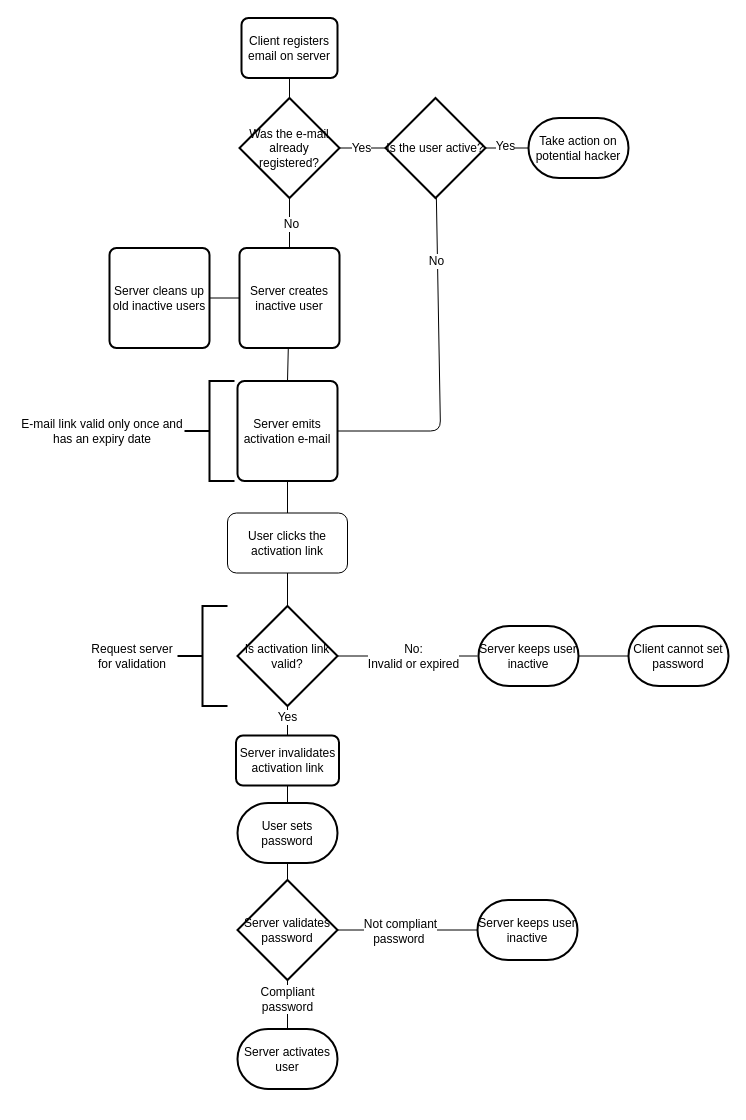
Before: features/Authentication/img/UserRegistration.drawio in shopozor/saleor-backend, a draw.io diagram. Source tidied: cells renumbered, new cells numbered last; positions are measured from the earlier drawing's top-left corner, leaving out a move shared by most shapes. Both pictures are drawn from the tidied source at 100%, with x=0, y=0 at pixel (17, 17).
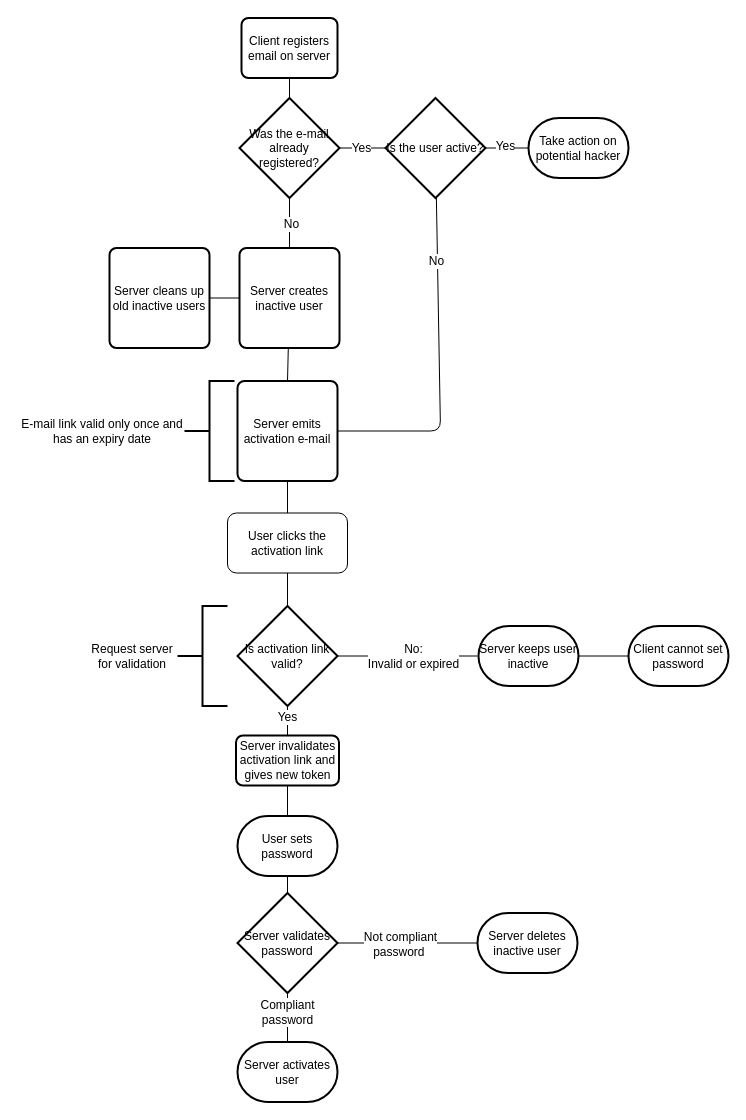
Above is the later version.

Commit message:
update with team's feedback

The edit, as a diff of the source:
```diff
@@
     <mxCell id="10" value="User sets password" style="strokeWidth=2;html=1;shape=mxgraph.flowchart.terminator;whiteSpace=wrap;" parent="1" vertex="1">
-      <mxGeometry x="220" y="785.5" width="100" height="60" as="geometry" />
+      <mxGeometry x="220" y="798.5" width="100" height="60" as="geometry" />
     </mxCell>
@@
     <mxCell id="15" value="Server validates password" style="strokeWidth=2;html=1;shape=mxgraph.flowchart.decision;whiteSpace=wrap;" parent="1" vertex="1">
-      <mxGeometry x="220" y="862.5" width="100" height="100" as="geometry" />
+      <mxGeometry x="220" y="875.5" width="100" height="100" as="geometry" />
     </mxCell>
-    <mxCell id="16" value="Server keeps user inactive" style="strokeWidth=2;html=1;shape=mxgraph.flowchart.terminator;whiteSpace=wrap;" parent="1" vertex="1">
-      <mxGeometry x="460" y="882.5" width="100" height="60" as="geometry" />
+    <mxCell id="16" value="Server deletes inactive user" style="strokeWidth=2;html=1;shape=mxgraph.flowchart.terminator;whiteSpace=wrap;" parent="1" vertex="1">
+      <mxGeometry x="460" y="895.5" width="100" height="60" as="geometry" />
     </mxCell>
     <mxCell id="17" value="Server activates user" style="strokeWidth=2;html=1;shape=mxgraph.flowchart.terminator;whiteSpace=wrap;" parent="1" vertex="1">
-      <mxGeometry x="220" y="1011.5" width="100" height="60" as="geometry" />
+      <mxGeometry x="220" y="1024.5" width="100" height="60" as="geometry" />
     </mxCell>
@@
-    <mxCell id="44" value="Server invalidates activation link" style="rounded=1;whiteSpace=wrap;html=1;absoluteArcSize=1;arcSize=14;strokeWidth=2;" parent="1" vertex="1">
+    <mxCell id="44" value="Server invalidates activation link and gives new token" style="rounded=1;whiteSpace=wrap;html=1;absoluteArcSize=1;arcSize=14;strokeWidth=2;" parent="1" vertex="1">
       <mxGeometry x="218.5" y="718" width="103" height="50" as="geometry" />
     </mxCell>
```
